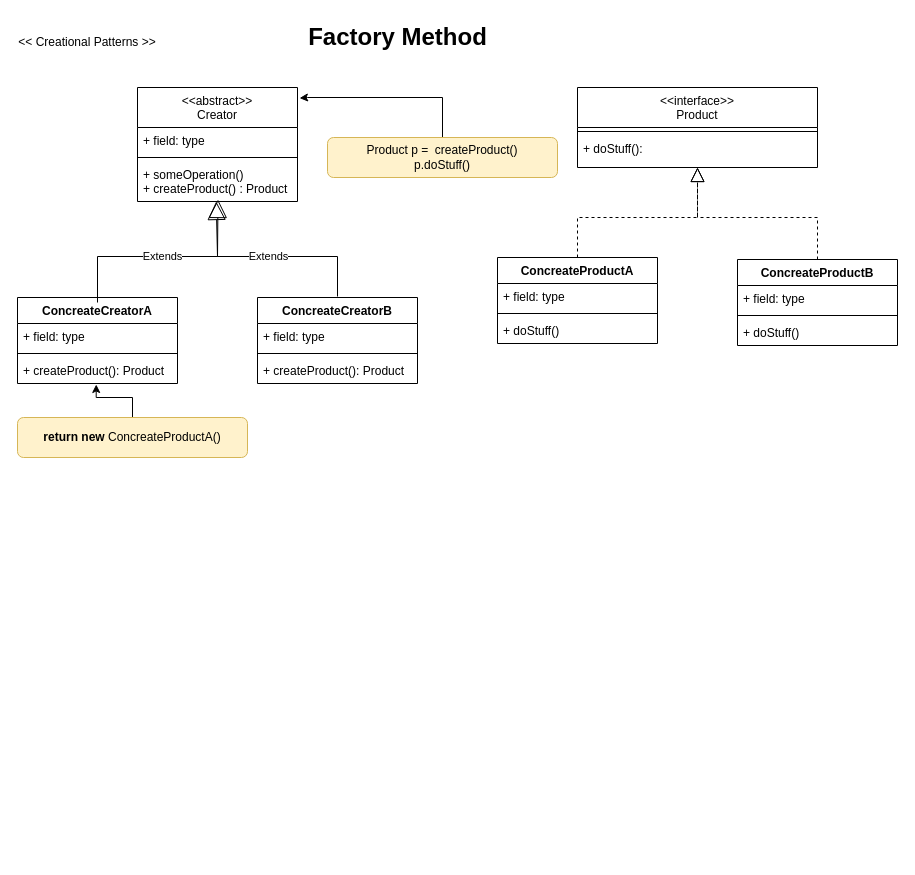
Before: DesignPatterns.drawio in yalankar/yalankar, a draw.io diagram. Source tidied: cells renumbered, new cells numbered last; positions are measured from the earlier drawing's top-left corner, leaving out a move shared by most shapes. Both pictures are drawn from the tidied source at 100%, with x=0, y=0 at pixel (17, 17).
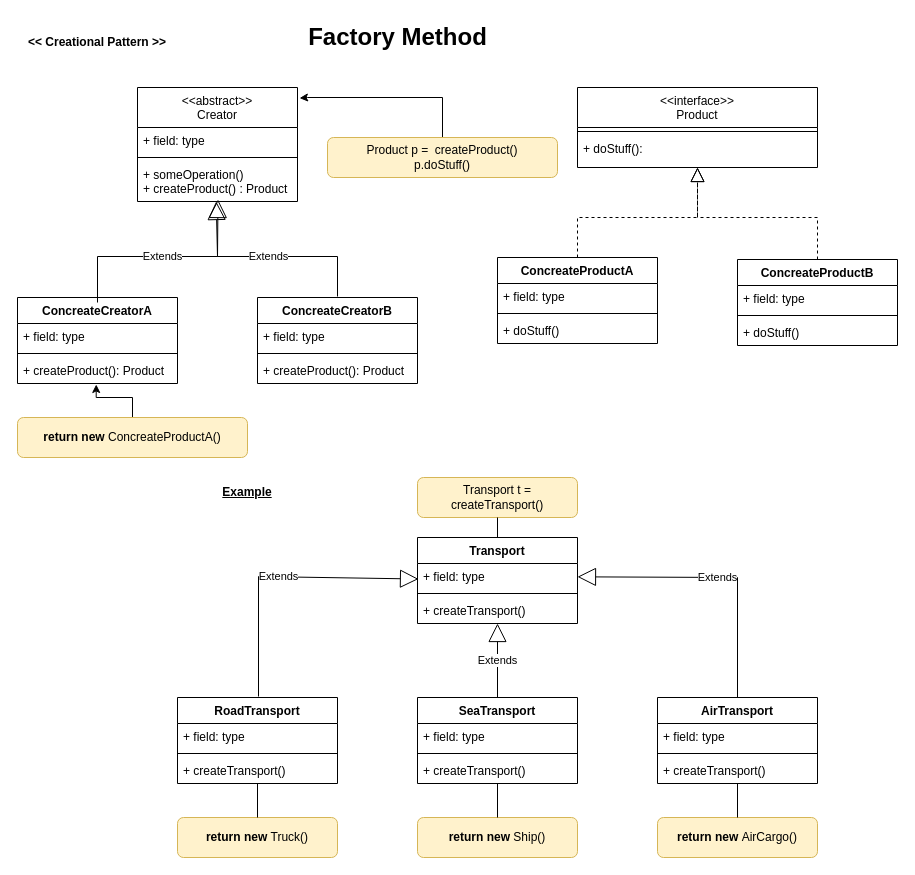
The same page after the edit.

What changed in the source:
```diff
@@
-    <mxCell id="30" value="&amp;lt;&amp;lt; Creational Patterns &amp;gt;&amp;gt;" style="text;html=1;strokeColor=none;fillColor=none;align=center;verticalAlign=middle;whiteSpace=wrap;rounded=0;" parent="1" vertex="1">
-      <mxGeometry y="10" width="140" height="30" as="geometry" />
+    <mxCell id="30" value="&amp;lt;&amp;lt; Creational Pattern &amp;gt;&amp;gt;" style="text;html=1;strokeColor=none;fillColor=none;align=center;verticalAlign=middle;whiteSpace=wrap;rounded=0;fontStyle=1;" parent="1" vertex="1">
+      <mxGeometry y="10" width="160" height="30" as="geometry" />
     </mxCell>
@@
+    <mxCell id="35" value="Transport" style="swimlane;fontStyle=1;align=center;verticalAlign=top;horizontal=1;startSize=26;rounded=0;shadow=0;sketch=0;strokeColor=default;fillColor=default;swimlaneLine=1;" parent="1" vertex="1">
+      <mxGeometry x="400" y="520" width="160" height="86" as="geometry" />
+    </mxCell>
+    <mxCell id="36" value="+ field: type" style="text;strokeColor=none;fillColor=none;align=left;verticalAlign=top;spacingLeft=4;spacingRight=4;overflow=hidden;points=[[0,0.5],[1,0.5]];portConstraint=eastwest;rounded=1;shadow=0;sketch=0;" parent="35" vertex="1">
+      <mxGeometry y="26" width="160" height="26" as="geometry" />
+    </mxCell>
+    <mxCell id="37" style="line;strokeWidth=1;fillColor=none;align=left;verticalAlign=middle;spacingTop=-1;spacingLeft=3;spacingRight=3;labelPosition=right;rounded=1;shadow=0;sketch=0;" parent="35" vertex="1">
+      <mxGeometry y="52" width="160" height="8" as="geometry" />
+    </mxCell>
+    <mxCell id="38" value="+ createTransport()" style="text;strokeColor=none;fillColor=none;align=left;verticalAlign=top;spacingLeft=4;spacingRight=4;overflow=hidden;points=[[0,0.5],[1,0.5]];portConstraint=eastwest;rounded=1;shadow=0;sketch=0;" parent="35" vertex="1">
+      <mxGeometry y="60" width="160" height="26" as="geometry" />
+    </mxCell>
+    <mxCell id="39" value="&lt;u&gt;Example&lt;/u&gt;" style="text;html=1;strokeColor=none;fillColor=none;align=center;verticalAlign=middle;whiteSpace=wrap;rounded=0;shadow=0;sketch=0;fontStyle=1;" parent="1" vertex="1">
+      <mxGeometry x="200" y="460" width="60" height="30" as="geometry" />
+    </mxCell>
+    <mxCell id="40" value="RoadTransport" style="swimlane;fontStyle=1;align=center;verticalAlign=top;horizontal=1;startSize=26;rounded=0;shadow=0;sketch=0;strokeColor=default;fillColor=default;swimlaneLine=1;" parent="1" vertex="1">
+      <mxGeometry x="160" y="680" width="160" height="86" as="geometry" />
+    </mxCell>
+    <mxCell id="41" value="+ field: type" style="text;strokeColor=none;fillColor=none;align=left;verticalAlign=top;spacingLeft=4;spacingRight=4;overflow=hidden;rounded=1;shadow=0;sketch=0;" parent="40" vertex="1">
+      <mxGeometry y="26" width="160" height="26" as="geometry" />
+    </mxCell>
+    <mxCell id="42" style="line;strokeWidth=1;fillColor=none;align=left;verticalAlign=middle;spacingTop=-1;spacingLeft=3;spacingRight=3;labelPosition=right;rounded=1;shadow=0;sketch=0;" parent="40" vertex="1">
+      <mxGeometry y="52" width="160" height="8" as="geometry" />
+    </mxCell>
+    <mxCell id="43" value="+ createTransport()" style="text;strokeColor=none;fillColor=none;align=left;verticalAlign=top;spacingLeft=4;spacingRight=4;overflow=hidden;points=[[0,0.5],[1,0.5]];portConstraint=eastwest;rounded=1;shadow=0;sketch=0;" parent="40" vertex="1">
+      <mxGeometry y="60" width="160" height="26" as="geometry" />
+    </mxCell>
+    <mxCell id="44" value="SeaTransport" style="swimlane;fontStyle=1;align=center;verticalAlign=top;horizontal=1;startSize=26;rounded=0;shadow=0;sketch=0;strokeColor=default;fillColor=default;swimlaneLine=1;" parent="1" vertex="1">
+      <mxGeometry x="400" y="680" width="160" height="86" as="geometry" />
+    </mxCell>
+    <mxCell id="45" value="Extends" style="endArrow=block;endSize=16;endFill=0;html=1;rounded=0;" parent="44" edge="1" target="38">
+      <mxGeometry relative="1" as="geometry">
+        <mxPoint x="80" as="sourcePoint" />
+      </mxGeometry>
+    </mxCell>
+    <mxCell id="46" value="+ field: type" style="text;strokeColor=none;fillColor=none;align=left;verticalAlign=top;spacingLeft=4;spacingRight=4;overflow=hidden;rounded=1;shadow=0;sketch=0;" parent="44" vertex="1">
+      <mxGeometry y="26" width="160" height="26" as="geometry" />
+    </mxCell>
+    <mxCell id="47" style="line;strokeWidth=1;fillColor=none;align=left;verticalAlign=middle;spacingTop=-1;spacingLeft=3;spacingRight=3;labelPosition=right;rounded=1;shadow=0;sketch=0;" parent="44" vertex="1">
+      <mxGeometry y="52" width="160" height="8" as="geometry" />
+    </mxCell>
+    <mxCell id="48" value="+ createTransport()" style="text;strokeColor=none;fillColor=none;align=left;verticalAlign=top;spacingLeft=4;spacingRight=4;overflow=hidden;points=[[0,0.5],[1,0.5]];portConstraint=eastwest;rounded=1;shadow=0;sketch=0;" parent="44" vertex="1">
+      <mxGeometry y="60" width="160" height="26" as="geometry" />
+    </mxCell>
+    <mxCell id="49" value="AirTransport" style="swimlane;fontStyle=1;align=center;verticalAlign=top;horizontal=1;startSize=26;rounded=0;shadow=0;sketch=0;strokeColor=default;fillColor=default;swimlaneLine=1;" parent="1" vertex="1">
+      <mxGeometry x="640" y="680" width="160" height="86" as="geometry" />
+    </mxCell>
+    <mxCell id="50" value="+ field: type" style="text;strokeColor=none;fillColor=none;align=left;verticalAlign=top;spacingLeft=4;spacingRight=4;overflow=hidden;rounded=1;shadow=0;sketch=0;" parent="49" vertex="1">
+      <mxGeometry y="26" width="160" height="26" as="geometry" />
+    </mxCell>
+    <mxCell id="51" style="line;strokeWidth=1;fillColor=none;align=left;verticalAlign=middle;spacingTop=-1;spacingLeft=3;spacingRight=3;labelPosition=right;rounded=1;shadow=0;sketch=0;" parent="49" vertex="1">
+      <mxGeometry y="52" width="160" height="8" as="geometry" />
+    </mxCell>
+    <mxCell id="52" value="+ createTransport()" style="text;strokeColor=none;fillColor=none;align=left;verticalAlign=top;spacingLeft=4;spacingRight=4;overflow=hidden;rounded=1;shadow=0;sketch=0;" parent="49" vertex="1">
+      <mxGeometry y="60" width="160" height="26" as="geometry" />
+    </mxCell>
+    <mxCell id="53" value="&lt;b&gt;return new &lt;/b&gt;Truck()" style="text;html=1;align=center;verticalAlign=middle;whiteSpace=wrap;rounded=1;sketch=0;shadow=0;fillColor=#fff2cc;strokeColor=#d6b656;" parent="1" vertex="1">
+      <mxGeometry x="160" y="800" width="160" height="40" as="geometry" />
+    </mxCell>
+    <mxCell id="54" style="endArrow=none;html=1;rounded=0;exitX=0.5;exitY=0;exitDx=0;exitDy=0;" parent="1" edge="1" source="53" target="43">
+      <mxGeometry relative="1" as="geometry" />
+    </mxCell>
+    <mxCell id="55" value="&lt;b&gt;return new &lt;/b&gt;Ship()" style="text;html=1;align=center;verticalAlign=middle;whiteSpace=wrap;rounded=1;sketch=0;shadow=0;fillColor=#fff2cc;strokeColor=#d6b656;" parent="1" vertex="1">
+      <mxGeometry x="400" y="800" width="160" height="40" as="geometry" />
+    </mxCell>
+    <mxCell id="56" style="endArrow=none;html=1;rounded=0;exitX=0.5;exitY=0;exitDx=0;exitDy=0;" parent="1" edge="1" source="55" target="48">
+      <mxGeometry relative="1" as="geometry" />
+    </mxCell>
+    <mxCell id="57" value="&lt;b&gt;return new &lt;/b&gt;AirCargo()" style="text;html=1;align=center;verticalAlign=middle;whiteSpace=wrap;rounded=1;sketch=0;shadow=0;fillColor=#fff2cc;strokeColor=#d6b656;" parent="1" vertex="1">
+      <mxGeometry x="640" y="800" width="160" height="40" as="geometry" />
+    </mxCell>
+    <mxCell id="58" style="endArrow=none;html=1;rounded=0;exitX=0.5;exitY=0;exitDx=0;exitDy=0;" parent="1" edge="1" source="57">
+      <mxGeometry relative="1" as="geometry">
+        <mxPoint x="720" y="766" as="targetPoint" />
+      </mxGeometry>
+    </mxCell>
+    <mxCell id="59" value="Extends" style="endArrow=block;endSize=16;endFill=0;html=1;rounded=0;exitX=0.5;exitY=0;exitDx=0;exitDy=0;" parent="1" edge="1">
+      <mxGeometry relative="1" as="geometry">
+        <mxPoint x="241" y="679" as="sourcePoint" />
+        <mxPoint x="401" y="561.5" as="targetPoint" />
+        <Array as="points">
+          <mxPoint x="241" y="559" />
+        </Array>
+      </mxGeometry>
+    </mxCell>
+    <mxCell id="60" value="Extends" style="endArrow=block;endSize=16;endFill=0;html=1;rounded=0;exitX=0.5;exitY=0;exitDx=0;exitDy=0;" parent="1" edge="1" source="49" target="36">
+      <mxGeometry relative="1" as="geometry">
+        <Array as="points">
+          <mxPoint x="720" y="560" />
+        </Array>
+      </mxGeometry>
+    </mxCell>
+    <mxCell id="61" value="Transport t = createTransport()" style="text;html=1;align=center;verticalAlign=middle;whiteSpace=wrap;rounded=1;sketch=0;shadow=0;fillColor=#fff2cc;strokeColor=#d6b656;" parent="1" vertex="1">
+      <mxGeometry x="400" y="460" width="160" height="40" as="geometry" />
+    </mxCell>
+    <mxCell id="62" style="endArrow=none;html=1;rounded=0;exitX=0.5;exitY=0;exitDx=0;exitDy=0;entryX=0.5;entryY=1;entryDx=0;entryDy=0;" parent="1" edge="1" source="35" target="61">
+      <mxGeometry relative="1" as="geometry" />
+    </mxCell>
```
